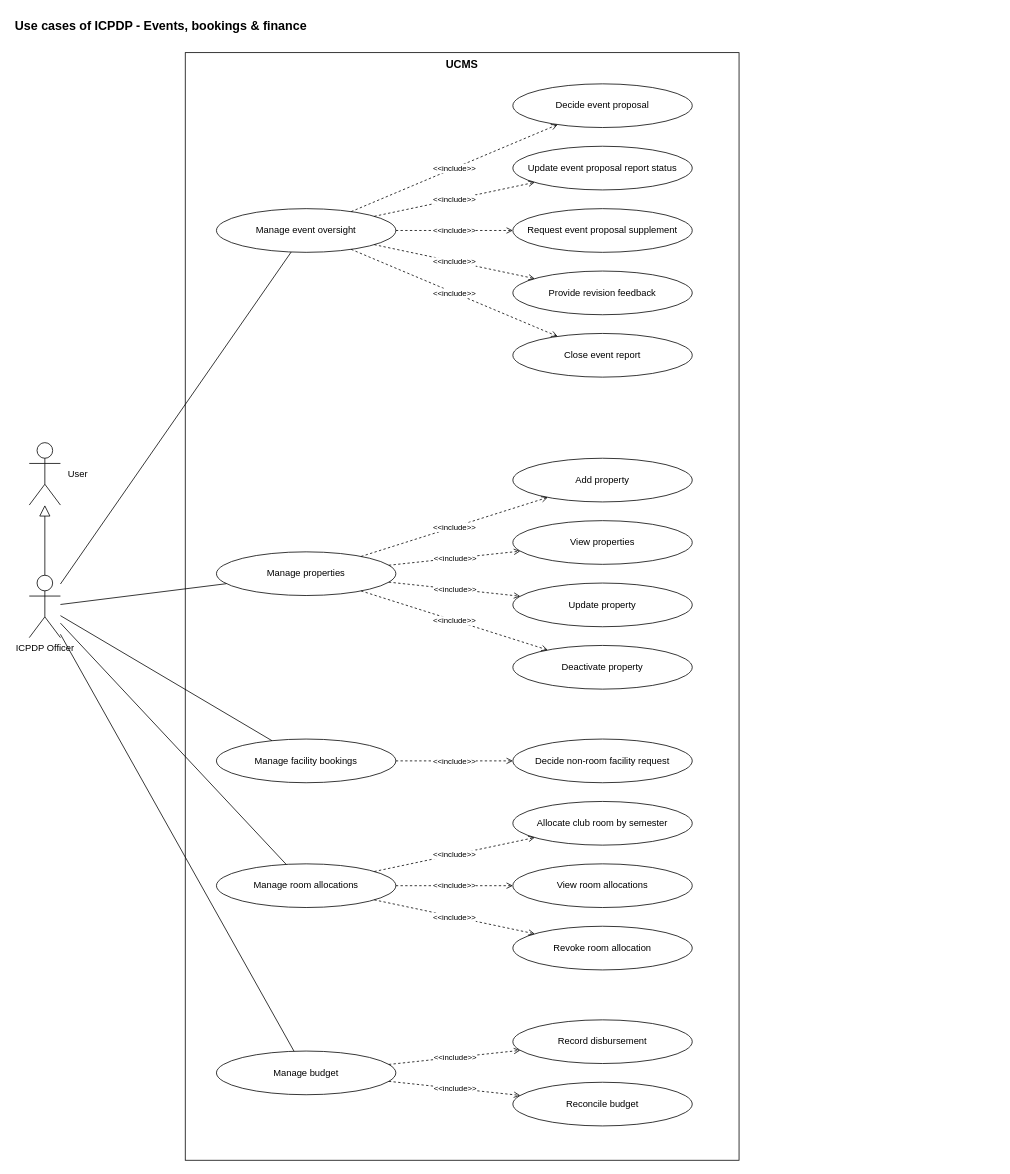
The draw.io diagram page "ICPDP 2 - Events, bookings & finance" (8 of 9) of docs/03-diagrams/UCMS_UseCase_ByActor.drawio in nvdekay/ClubManagementSystem, before the edit. Source tidied: cells renumbered, new cells numbered last; positions are measured from the earlier drawing's top-left corner, leaving out a move shared by most shapes. Both pictures are drawn from the tidied source at 78%, with x=0, y=0 at pixel (13, 13).
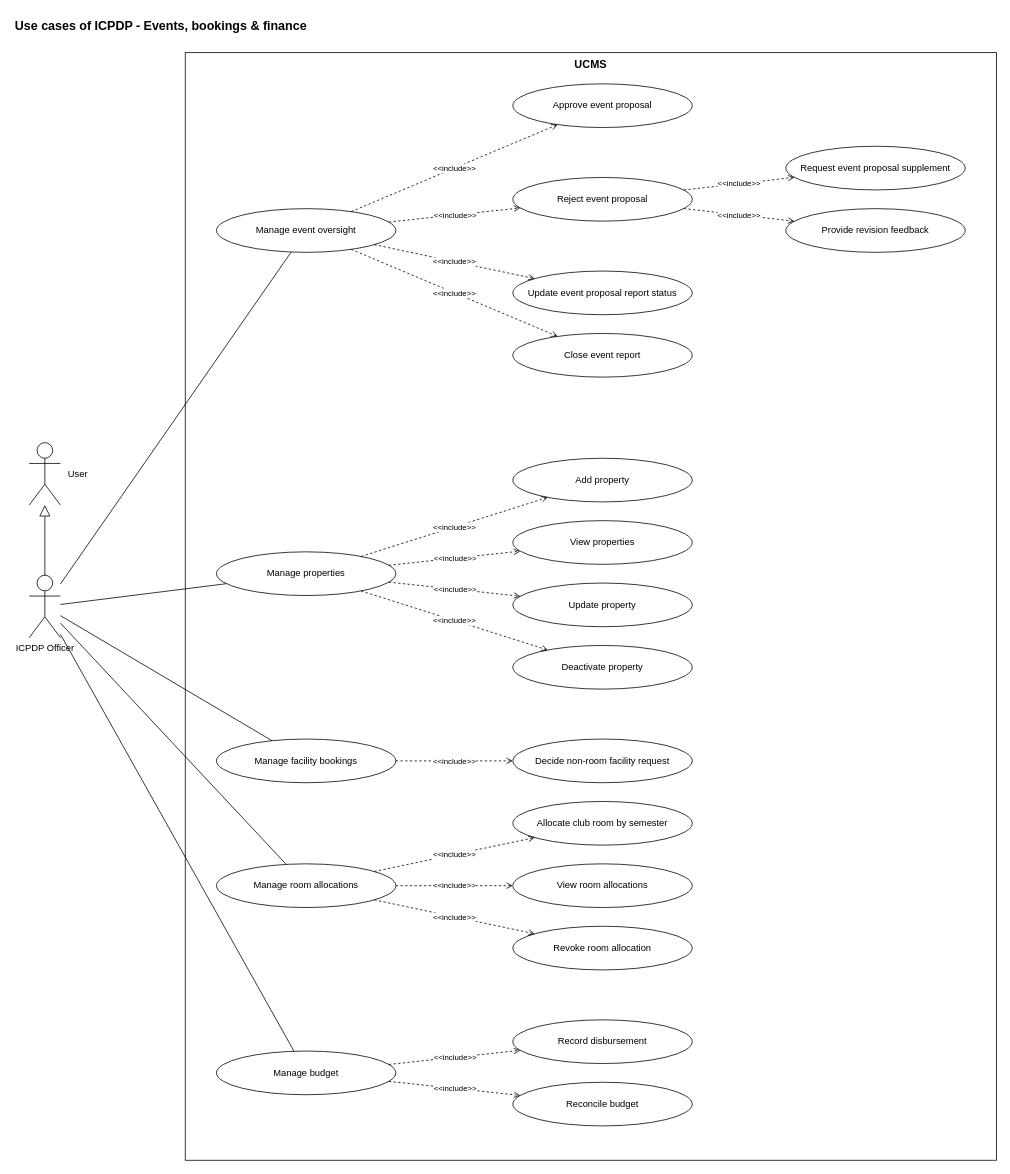
The same page after the edit.

Commit message (it also covers changes not shown here):
docs: split event proposal approval and revision rejection

The change refers to these unchanged cells:
```xml
<mxCell id="7" value="Manage event oversight" style="ellipse;whiteSpace=wrap;html=1;fillColor=#ffffff;strokeColor=#000000;fontSize=12;" parent="1" vertex="1">
  <mxGeometry x="260" y="250" width="230" height="56" as="geometry" />
</mxCell>
```

The edit, as a diff of the source:
```diff
@@
     <mxCell id="3" value="UCMS" style="rounded=0;whiteSpace=wrap;html=1;fillColor=none;strokeColor=#000000;verticalAlign=top;fontStyle=1;fontSize=14;" parent="1" vertex="1">
-      <mxGeometry x="220" y="50" width="710" height="1420" as="geometry" />
+      <mxGeometry x="220" y="50" width="1040" height="1420" as="geometry" />
     </mxCell>
@@
-    <mxCell id="9" value="Decide event proposal" style="ellipse;whiteSpace=wrap;html=1;fillColor=#ffffff;strokeColor=#000000;fontSize=12;" parent="1" vertex="1">
+    <mxCell id="9" value="Approve event proposal" style="ellipse;whiteSpace=wrap;html=1;fillColor=#ffffff;strokeColor=#000000;fontSize=12;" parent="1" vertex="1">
       <mxGeometry x="640" y="90" width="230" height="56" as="geometry" />
     </mxCell>
@@
     <mxCell id="41" value="Update event proposal report status" style="ellipse;whiteSpace=wrap;html=1;fillColor=#ffffff;strokeColor=#000000;fontSize=12;" parent="1" vertex="1">
-      <mxGeometry x="640" y="170" width="230" height="56" as="geometry" />
+      <mxGeometry x="640" y="330" width="230" height="56" as="geometry" />
     </mxCell>
@@
     <mxCell id="43" value="Request event proposal supplement" style="ellipse;whiteSpace=wrap;html=1;fillColor=#ffffff;strokeColor=#000000;fontSize=12;" parent="1" vertex="1">
-      <mxGeometry x="640" y="250" width="230" height="56" as="geometry" />
+      <mxGeometry x="990" y="170" width="230" height="56" as="geometry" />
     </mxCell>
-    <mxCell id="44" value="&amp;lt;&amp;lt;include&amp;gt;&amp;gt;" style="endArrow=open;dashed=1;html=1;strokeColor=#000000;fontSize=10;labelBackgroundColor=#ffffff;" parent="1" edge="1" source="7" target="43">
+    <mxCell id="44" value="&amp;lt;&amp;lt;include&amp;gt;&amp;gt;" style="endArrow=open;dashed=1;html=1;strokeColor=#000000;fontSize=10;labelBackgroundColor=#ffffff;" parent="1" edge="1" source="47" target="43">
       <mxGeometry relative="1" as="geometry" />
     </mxCell>
     <mxCell id="45" value="Provide revision feedback" style="ellipse;whiteSpace=wrap;html=1;fillColor=#ffffff;strokeColor=#000000;fontSize=12;" parent="1" vertex="1">
-      <mxGeometry x="640" y="330" width="230" height="56" as="geometry" />
+      <mxGeometry x="990" y="250" width="230" height="56" as="geometry" />
     </mxCell>
-    <mxCell id="46" value="&amp;lt;&amp;lt;include&amp;gt;&amp;gt;" style="endArrow=open;dashed=1;html=1;strokeColor=#000000;fontSize=10;labelBackgroundColor=#ffffff;" parent="1" edge="1" source="7" target="45">
+    <mxCell id="46" value="&amp;lt;&amp;lt;include&amp;gt;&amp;gt;" style="endArrow=open;dashed=1;html=1;strokeColor=#000000;fontSize=10;labelBackgroundColor=#ffffff;" parent="1" edge="1" source="47" target="45">
       <mxGeometry relative="1" as="geometry" />
     </mxCell>
+    <mxCell id="47" value="Reject event proposal" style="ellipse;whiteSpace=wrap;html=1;fillColor=#ffffff;strokeColor=#000000;fontSize=12;" parent="1" vertex="1">
+      <mxGeometry x="640" y="210" width="230" height="56" as="geometry" />
+    </mxCell>
+    <mxCell id="48" value="&amp;lt;&amp;lt;include&amp;gt;&amp;gt;" style="endArrow=open;dashed=1;html=1;strokeColor=#000000;fontSize=10;labelBackgroundColor=#ffffff;" parent="1" edge="1" source="7" target="47">
+      <mxGeometry relative="1" as="geometry" />
+    </mxCell>
```
